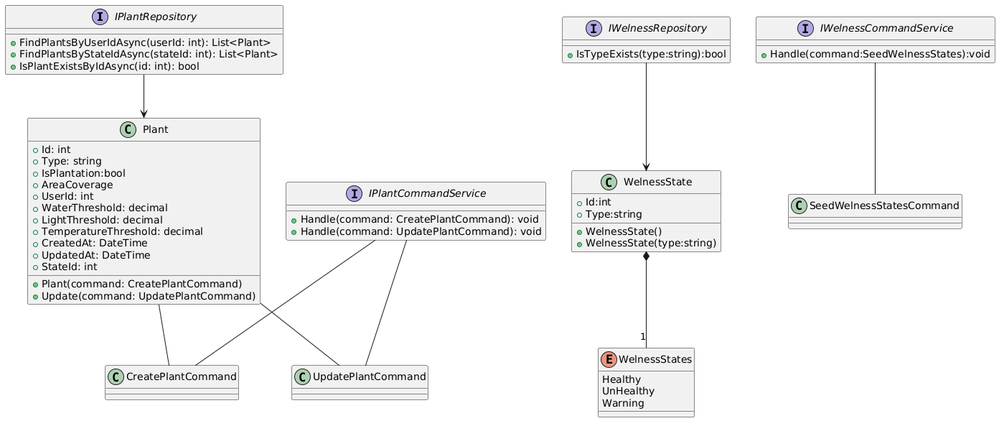
Above: assets/class-diagrams/domain-layer-diagram-management.png in wemade-IoT/Documents_Repository (PlantUML), before the change.
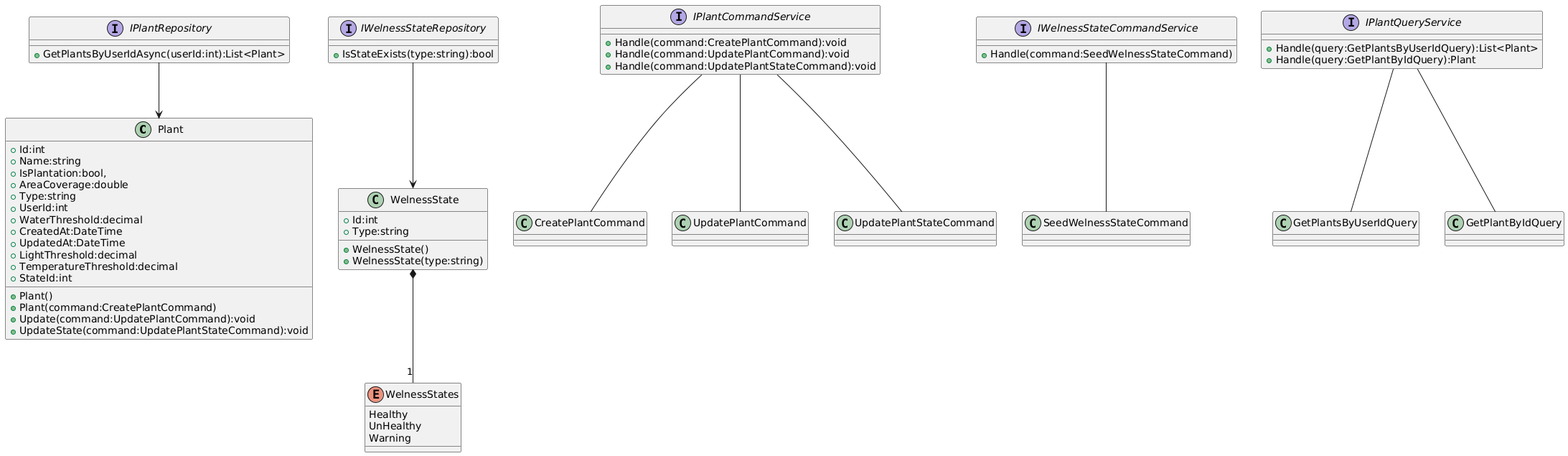
Above is the later version.

Change to the diagram source:
```diff
@@ -1,65 +1,86 @@
 @startuml
-interface IPlantRepository {
-    +FindPlantsByUserIdAsync(userId: int): List<Plant>
-    +FindPlantsByStateIdAsync(stateId: int): List<Plant>
-    +IsPlantExistsByIdAsync(id: int): bool
-}
-
-enum WelnessStates{
-  Healthy
-  UnHealthy
-  Warning
-}
-class WelnessState{
-  +Id:int
-  +Type:string
-  +WelnessState()
-  +WelnessState(type:string)
-}
-class SeedWelnessStatesCommand{
-}
-
-interface IWelnessRepository{
- +IsTypeExists(type:string):bool
-}
-
-interface IWelnessCommandService{
- +Handle(command:SeedWelnessStates):void
-}
-
 class Plant {
-    +Id: int
-    +Type: string
-    +IsPlantation:bool
-    +AreaCoverage
-    +UserId: int
-    +WaterThreshold: decimal
-    +LightThreshold: decimal
-    +TemperatureThreshold: decimal
-    +CreatedAt: DateTime
-    +UpdatedAt: DateTime
-    +StateId: int
-    +Plant(command: CreatePlantCommand)
-    +Update(command: UpdatePlantCommand)
-}
-
-interface IPlantCommandService {
-    +Handle(command: CreatePlantCommand): void
-    +Handle(command: UpdatePlantCommand): void
-}
+    +Id:int
+    +Name:string
+    +IsPlantation:bool,
+    +AreaCoverage:double
+    +Type:string
+    +UserId:int
+    +WaterThreshold:decimal
+    +CreatedAt:DateTime
+    +UpdatedAt:DateTime
+    +LightThreshold:decimal
+    +TemperatureThreshold:decimal
+    +StateId:int
+    +Plant()
+    +Plant(command:CreatePlantCommand)
+    +Update(command:UpdatePlantCommand):void
+    +UpdateState(command:UpdatePlantStateCommand):void
+  }
 
 
-class CreatePlantCommand
-class UpdatePlantCommand
+  class WelnessState {
+    +Id:int
+    +Type:string
+    +WelnessState()
+    +WelnessState(type:string)
+  }
 
-Plant -- CreatePlantCommand
-Plant -- UpdatePlantCommand
-IPlantCommandService -- CreatePlantCommand
-IPlantCommandService -- UpdatePlantCommand
+  enum WelnessStates {
+    Healthy
+    UnHealthy
+    Warning
+  }
 
- IPlantRepository --> Plant
+  WelnessState *-- "1" WelnessStates
 
-IWelnessRepository --> WelnessState
-WelnessState *-- "1" WelnessStates
-IWelnessCommandService -- SeedWelnessStatesCommand
+  class CreatePlantCommand
+  class UpdatePlantCommand
+  class UpdatePlantStateCommand
+  class SeedWelnessStateCommand
+
+  class GetPlantsByUserIdQuery
+  class GetPlantByIdQuery
+
+
+  interface IPlantCommandService {
+    +Handle(command:CreatePlantCommand):void
+    +Handle(command:UpdatePlantCommand):void
+    +Handle(command:UpdatePlantStateCommand):void
+  }
+
+
+
+  interface IPlantQueryService {
+    +Handle(query:GetPlantsByUserIdQuery):List<Plant>
+    +Handle(query:GetPlantByIdQuery):Plant
+  }
+
+
+  interface IWelnessStateCommandService {
+    +Handle(command:SeedWelnessStateCommand)
+  }
+
+  interface IPlantRepository {
+    +GetPlantsByUserIdAsync(userId:int):List<Plant>
+  }
+
+  interface IWelnessStateRepository {
+    +IsStateExists(type:string):bool
+  }
+
+
+  IPlantCommandService -- CreatePlantCommand
+  IPlantCommandService -- UpdatePlantCommand
+  IPlantCommandService -- UpdatePlantStateCommand
+
+
+  IPlantQueryService -- GetPlantsByUserIdQuery
+  IPlantQueryService -- GetPlantByIdQuery
+
+
+  IPlantRepository --> Plant
+  IWelnessStateRepository --> WelnessState
+
+  IWelnessStateCommandService -- SeedWelnessStateCommand
 @enduml
```
